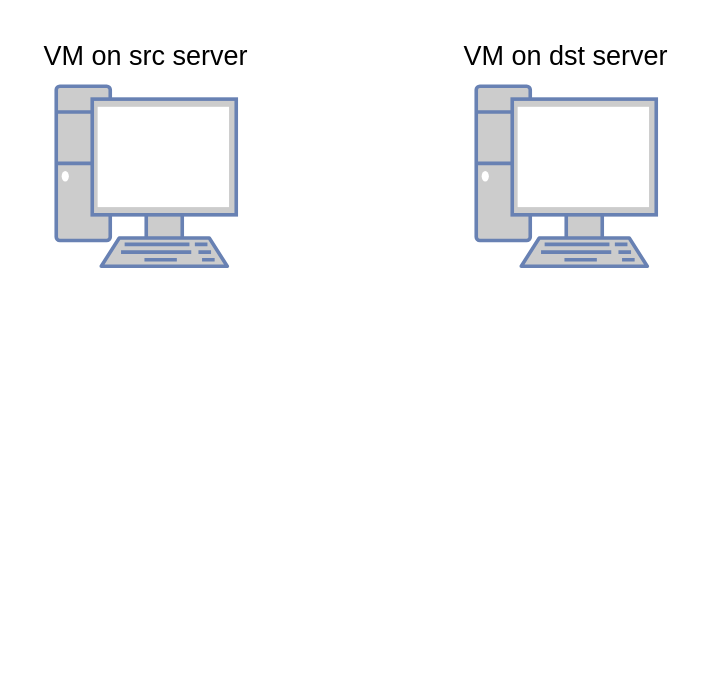
Above: qemu-migration/postcopy in/out error.drawio in xuyizhe1999/drawio (draw.io), before the change. Source tidied: cells renumbered, new cells numbered last; positions are measured from the earlier drawing's top-left corner, leaving out a move shared by most shapes. Both pictures are drawn from the tidied source at 150%, with x=0, y=0 at pixel (26, 26).
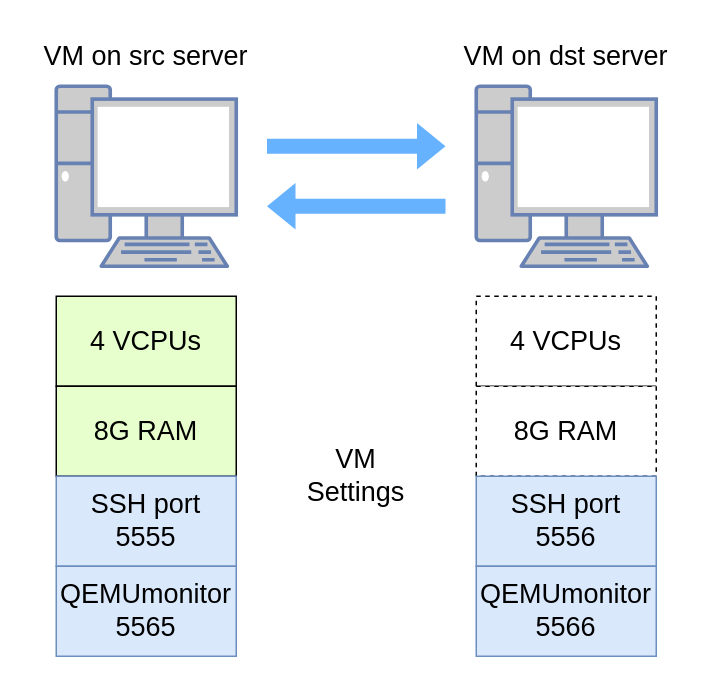
The same diagram, later.

Diff of the diagram source:
```diff
@@
 <mxGraphModel>
   <root>
     <mxCell id="0" />
     <mxCell id="1" parent="0" />
     <mxCell id="2" style="fontColor=#0066CC;verticalAlign=top;verticalLabelPosition=bottom;labelPosition=center;align=center;html=1;fillColor=#CCCCCC;strokeColor=#6881B3;gradientColor=none;gradientDirection=north;strokeWidth=2;shape=mxgraph.networks.pc;fontSize=18;" parent="1" vertex="1">
       <mxGeometry x="20" y="40" width="120" height="120" as="geometry" />
     </mxCell>
     <mxCell id="3" style="fontColor=#0066CC;verticalAlign=top;verticalLabelPosition=bottom;labelPosition=center;align=center;html=1;fillColor=#CCCCCC;strokeColor=#6881B3;gradientColor=none;gradientDirection=north;strokeWidth=2;shape=mxgraph.networks.pc;fontSize=18;" parent="1" vertex="1">
       <mxGeometry x="300" y="40" width="120" height="120" as="geometry" />
     </mxCell>
     <mxCell id="4" value="VM on src server" style="text;html=1;strokeColor=none;fillColor=none;align=center;verticalAlign=middle;whiteSpace=wrap;rounded=0;fontSize=18;" parent="1" vertex="1">
       <mxGeometry width="160" height="40" as="geometry" />
     </mxCell>
     <mxCell id="5" value="VM on dst server" style="text;html=1;strokeColor=none;fillColor=none;align=center;verticalAlign=middle;whiteSpace=wrap;rounded=0;fontSize=18;" parent="1" vertex="1">
       <mxGeometry x="280" width="160" height="40" as="geometry" />
     </mxCell>
+    <mxCell id="6" style="shape=flexArrow;endArrow=classic;html=1;rounded=0;fontSize=18;fontColor=#000000;fillColor=#66B2FF;strokeColor=none;" parent="1" edge="1">
+      <mxGeometry relative="1" as="geometry">
+        <mxPoint x="280" y="120" as="sourcePoint" />
+        <mxPoint x="160" y="120" as="targetPoint" />
+      </mxGeometry>
+    </mxCell>
+    <mxCell id="7" style="shape=flexArrow;endArrow=classic;html=1;rounded=0;fontSize=18;fontColor=#000000;fillColor=#66B2FF;strokeColor=none;" parent="1" edge="1">
+      <mxGeometry relative="1" as="geometry">
+        <mxPoint x="160" y="80" as="sourcePoint" />
+        <mxPoint x="280" y="80" as="targetPoint" />
+      </mxGeometry>
+    </mxCell>
+    <mxCell id="8" value="&lt;font color=&quot;#000000&quot;&gt;4 VCPUs&lt;br&gt;&lt;/font&gt;" style="rounded=0;whiteSpace=wrap;html=1;fontSize=18;fontColor=#FF0000;fillColor=#E6FFCC;" parent="1" vertex="1">
+      <mxGeometry x="20" y="180" width="120" height="60" as="geometry" />
+    </mxCell>
+    <mxCell id="9" value="4 VCPUs" style="rounded=0;whiteSpace=wrap;html=1;fontSize=18;fontColor=#000000;dashed=1;" parent="1" vertex="1">
+      <mxGeometry x="300" y="180" width="120" height="60" as="geometry" />
+    </mxCell>
+    <mxCell id="10" value="8G RAM" style="rounded=0;whiteSpace=wrap;html=1;fontSize=18;fontColor=#000000;fillColor=#E6FFCC;" parent="1" vertex="1">
+      <mxGeometry x="20" y="240" width="120" height="60" as="geometry" />
+    </mxCell>
+    <mxCell id="11" value="8G RAM" style="rounded=0;whiteSpace=wrap;html=1;fontSize=18;fontColor=#000000;fillColor=#FFFFFF;dashed=1;" parent="1" vertex="1">
+      <mxGeometry x="300" y="240" width="120" height="60" as="geometry" />
+    </mxCell>
+    <mxCell id="12" value="&lt;font style=&quot;font-size: 18px;&quot;&gt;VM&lt;br&gt;Settings&lt;/font&gt;" style="text;html=1;strokeColor=none;fillColor=none;align=center;verticalAlign=middle;whiteSpace=wrap;rounded=0;dashed=1;" parent="1" vertex="1">
+      <mxGeometry x="180" y="260" width="80" height="80" as="geometry" />
+    </mxCell>
+    <mxCell id="13" value="SSH port&lt;br&gt;5555" style="rounded=0;whiteSpace=wrap;html=1;fontSize=18;fillColor=#dae8fc;strokeColor=#6c8ebf;" parent="1" vertex="1">
+      <mxGeometry x="20" y="300" width="120" height="60" as="geometry" />
+    </mxCell>
+    <mxCell id="14" value="QEMUmonitor&lt;br&gt;5565" style="rounded=0;whiteSpace=wrap;html=1;fontSize=18;fillColor=#dae8fc;strokeColor=#6c8ebf;" parent="1" vertex="1">
+      <mxGeometry x="20" y="360" width="120" height="60" as="geometry" />
+    </mxCell>
+    <mxCell id="15" value="SSH port&lt;br&gt;5556" style="rounded=0;whiteSpace=wrap;html=1;fontSize=18;fillColor=#dae8fc;strokeColor=#6c8ebf;" parent="1" vertex="1">
+      <mxGeometry x="300" y="300" width="120" height="60" as="geometry" />
+    </mxCell>
+    <mxCell id="16" value="QEMUmonitor&lt;br&gt;5566" style="rounded=0;whiteSpace=wrap;html=1;fontSize=18;fillColor=#dae8fc;strokeColor=#6c8ebf;" parent="1" vertex="1">
+      <mxGeometry x="300" y="360" width="120" height="60" as="geometry" />
+    </mxCell>
   </root>
 </mxGraphModel>
```
